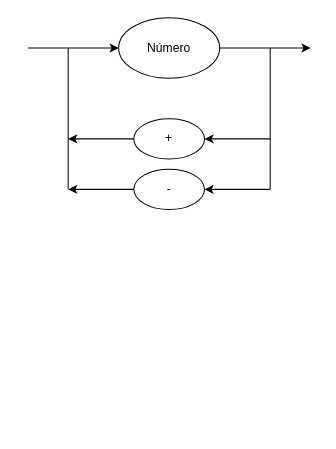
This is diagrama.drawio from guishas/compilador-logcomp, a draw.io file, before an edit. Source tidied: cells renumbered, new cells numbered last; positions are measured from the earlier drawing's top-left corner, leaving out a move shared by most shapes. Both pictures are drawn from the tidied source at 101%, with x=0, y=0 at pixel (27, 17).
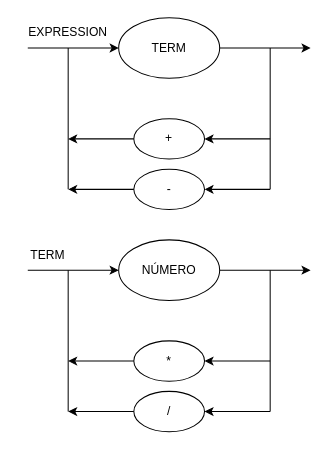
The same page after the edit.

The edit, as a diff of the source:
```diff
@@
-    <mxCell id="2" value="Número" style="ellipse;whiteSpace=wrap;html=1;" parent="1" vertex="1">
+    <mxCell id="2" value="TERM" style="ellipse;whiteSpace=wrap;html=1;" parent="1" vertex="1">
       <mxGeometry x="90" width="100" height="60" as="geometry" />
     </mxCell>
@@
+    <mxCell id="13" value="NÚMERO" style="ellipse;whiteSpace=wrap;html=1;" parent="1" vertex="1">
+      <mxGeometry x="90" y="220" width="100" height="60" as="geometry" />
+    </mxCell>
+    <mxCell id="14" style="endArrow=classic;html=1;rounded=0;exitX=1;exitY=0.5;exitDx=0;exitDy=0;" parent="1" edge="1" source="13">
+      <mxGeometry relative="1" as="geometry">
+        <mxPoint x="280" y="250" as="targetPoint" />
+      </mxGeometry>
+    </mxCell>
+    <mxCell id="15" style="endArrow=classic;html=1;rounded=0;entryX=1;entryY=0.5;entryDx=0;entryDy=0;" parent="1" edge="1" target="16">
+      <mxGeometry relative="1" as="geometry">
+        <mxPoint x="240" y="340" as="sourcePoint" />
+      </mxGeometry>
+    </mxCell>
+    <mxCell id="16" value="*" style="ellipse;whiteSpace=wrap;html=1;" parent="1" vertex="1">
+      <mxGeometry x="105" y="320" width="70" height="40" as="geometry" />
+    </mxCell>
+    <mxCell id="17" style="endArrow=none;html=1;rounded=0;" parent="1" edge="1">
+      <mxGeometry relative="1" as="geometry">
+        <mxPoint x="240" y="390" as="sourcePoint" />
+        <mxPoint x="240" y="250" as="targetPoint" />
+      </mxGeometry>
+    </mxCell>
+    <mxCell id="18" value="/" style="ellipse;whiteSpace=wrap;html=1;" parent="1" vertex="1">
+      <mxGeometry x="105" y="370" width="70" height="40" as="geometry" />
+    </mxCell>
+    <mxCell id="19" style="endArrow=classic;html=1;rounded=0;entryX=1;entryY=0.5;entryDx=0;entryDy=0;" parent="1" edge="1" target="18">
+      <mxGeometry relative="1" as="geometry">
+        <mxPoint x="240" y="390" as="sourcePoint" />
+      </mxGeometry>
+    </mxCell>
+    <mxCell id="20" style="endArrow=classic;html=1;rounded=0;entryX=0;entryY=0.5;entryDx=0;entryDy=0;" parent="1" edge="1" target="13">
+      <mxGeometry relative="1" as="geometry">
+        <mxPoint y="250" as="sourcePoint" />
+      </mxGeometry>
+    </mxCell>
+    <mxCell id="21" style="endArrow=classic;html=1;rounded=0;exitX=0;exitY=0.5;exitDx=0;exitDy=0;" parent="1" edge="1" source="16">
+      <mxGeometry relative="1" as="geometry">
+        <mxPoint x="40" y="340" as="targetPoint" />
+      </mxGeometry>
+    </mxCell>
+    <mxCell id="22" style="endArrow=classic;html=1;rounded=0;exitX=0;exitY=0.5;exitDx=0;exitDy=0;" parent="1" edge="1" source="18">
+      <mxGeometry relative="1" as="geometry">
+        <mxPoint x="40" y="390" as="targetPoint" />
+      </mxGeometry>
+    </mxCell>
+    <mxCell id="23" style="endArrow=none;html=1;rounded=0;" parent="1" edge="1">
+      <mxGeometry relative="1" as="geometry">
+        <mxPoint x="40" y="390" as="sourcePoint" />
+        <mxPoint x="40" y="250" as="targetPoint" />
+      </mxGeometry>
+    </mxCell>
+    <mxCell id="24" value="EXPRESSION" style="text;html=1;strokeColor=none;fillColor=none;align=center;verticalAlign=middle;whiteSpace=wrap;rounded=0;" parent="1" vertex="1">
+      <mxGeometry x="10" width="60" height="30" as="geometry" />
+    </mxCell>
+    <mxCell id="25" value="TERM" style="text;html=1;strokeColor=none;fillColor=none;align=center;verticalAlign=middle;whiteSpace=wrap;rounded=0;" parent="1" vertex="1">
+      <mxGeometry x="-10" y="220" width="60" height="30" as="geometry" />
+    </mxCell>
```
